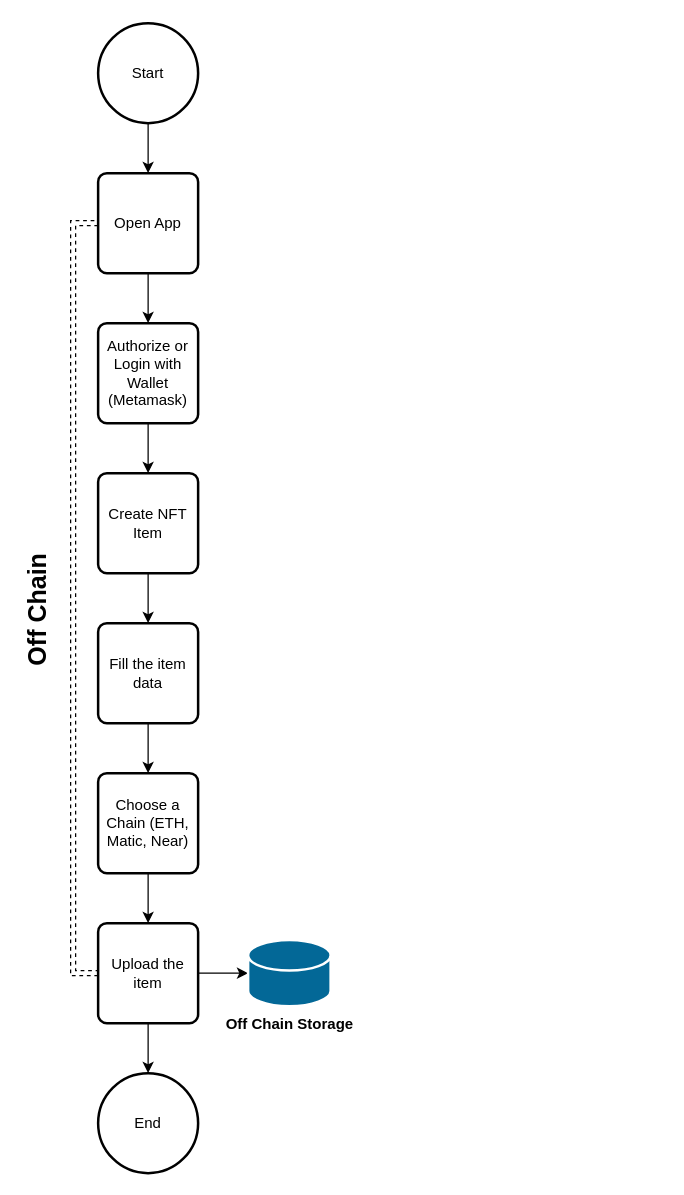
This is Flow Free Mint.drawio from hanggaa/Diagram, a draw.io file, before an edit. Source tidied: cells renumbered, new cells numbered last; positions are measured from the earlier drawing's top-left corner, leaving out a move shared by most shapes. Both pictures are drawn from the tidied source at 125%, with x=0, y=0 at pixel (98, 22).
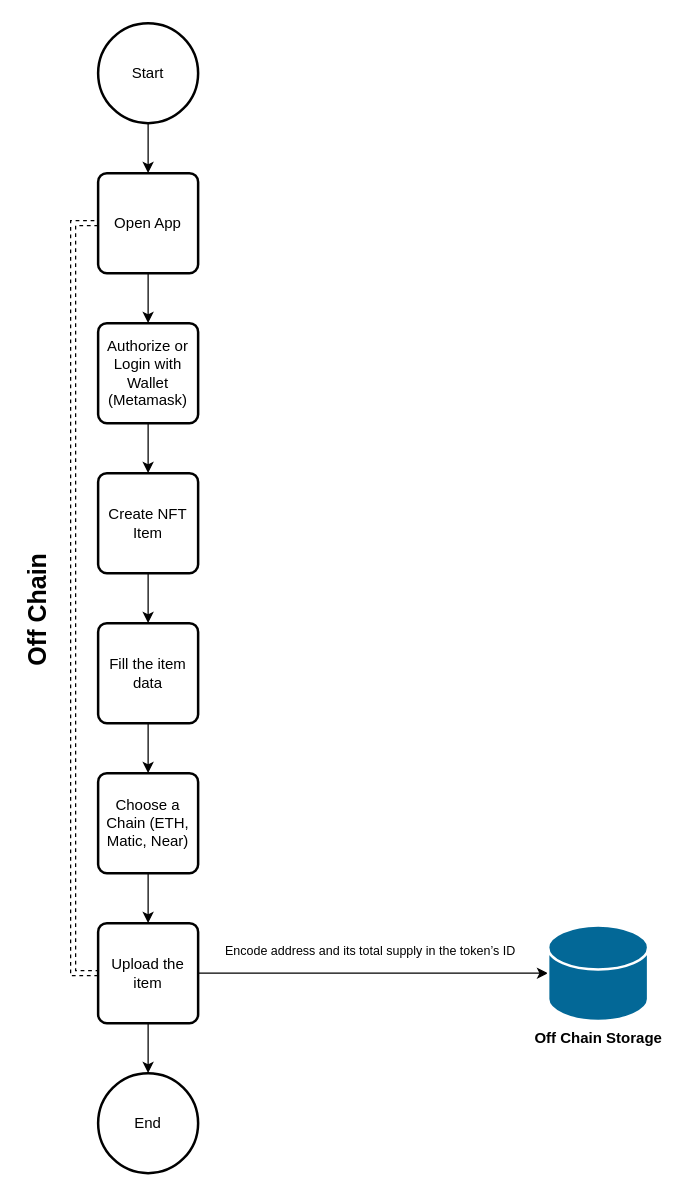
Above is the later version.

What changed in the source:
```diff
@@
     <mxCell id="17" value="&lt;b&gt;Off Chain Storage&lt;/b&gt;" style="shape=mxgraph.cisco.storage.relational_database;sketch=0;html=1;dashed=0;fillColor=#036897;strokeColor=#ffffff;strokeWidth=2;verticalLabelPosition=bottom;verticalAlign=top;align=center;outlineConnect=0;" parent="1" vertex="1">
-      <mxGeometry x="120" y="733.5" width="66" height="53" as="geometry" />
+      <mxGeometry x="360" y="721.8" width="80" height="76.5" as="geometry" />
     </mxCell>
@@
+    <mxCell id="21" value="&lt;font style=&quot;font-size: 10px;&quot;&gt;Encode address and its total supply in the token’s ID&lt;/font&gt;" style="text;whiteSpace=wrap;html=1;fontSize=20;" parent="1" vertex="1">
+      <mxGeometry x="100" y="720" width="244" height="40" as="geometry" />
+    </mxCell>
```
